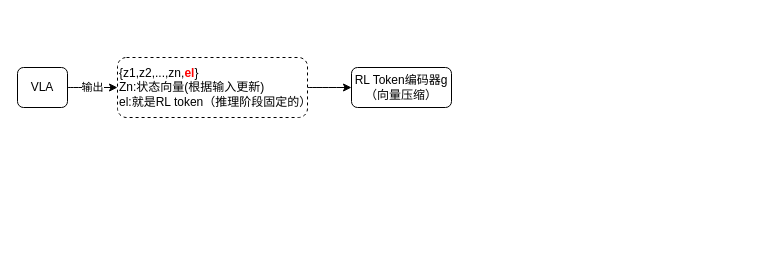
Earlier version of the draw.io diagram LLM/VLA/RL-Token.drawio (mailonghua/drawio). Source tidied: cells renumbered, new cells numbered last; positions are measured from the earlier drawing's top-left corner, leaving out a move shared by most shapes. Both pictures are drawn from the tidied source at 100%, with x=0, y=0 at pixel (17, 57).
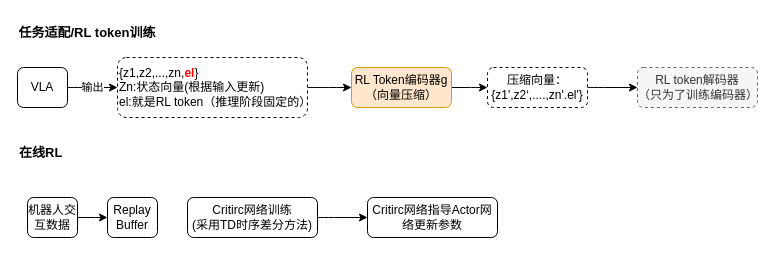
After the change.

The edit, as a diff of the source:
```diff
@@
 <mxGraphModel>
   <root>
     <mxCell id="0" />
     <mxCell id="1" parent="0" />
     <mxCell id="2" style="edgeStyle=orthogonalEdgeStyle;curved=1;rounded=0;jettySize=auto;html=1;" parent="1" edge="1" source="4" target="7">
       <mxGeometry relative="1" as="geometry" />
     </mxCell>
     <mxCell id="3" value="输出" style="edgeLabel;html=1;align=center;verticalAlign=middle;" parent="2" vertex="1">
       <mxGeometry x="-0.03" y="1" relative="1" as="geometry" />
     </mxCell>
     <mxCell id="4" value="VLA" style="rounded=1;whiteSpace=wrap;html=1;" parent="1" vertex="1">
       <mxGeometry y="10" width="50" height="40" as="geometry" />
     </mxCell>
+    <mxCell id="8" style="edgeStyle=orthogonalEdgeStyle;curved=1;rounded=0;jettySize=auto;html=1;" parent="1" edge="1" source="5" target="10">
+      <mxGeometry relative="1" as="geometry" />
+    </mxCell>
-    <mxCell id="5" value="RL Token编码器g&lt;br&gt;（向量压缩）" style="rounded=1;whiteSpace=wrap;html=1;" parent="1" vertex="1">
+    <mxCell id="5" value="RL Token编码器g&lt;br&gt;（向量压缩）" style="rounded=1;whiteSpace=wrap;html=1;fillColor=#ffe6cc;strokeColor=#d79b00;" parent="1" vertex="1">
       <mxGeometry x="334" y="10" width="100" height="40" as="geometry" />
     </mxCell>
     <mxCell id="6" style="edgeStyle=orthogonalEdgeStyle;curved=1;rounded=0;jettySize=auto;html=1;exitX=1;exitY=0.5;exitDx=0;exitDy=0;entryX=0;entryY=0.5;entryDx=0;entryDy=0;" parent="1" edge="1" source="7" target="5">
       <mxGeometry relative="1" as="geometry" />
     </mxCell>
     <mxCell id="7" value="{z1,z2,...,zn,&lt;b style=&quot;color: rgb(255, 0, 0);&quot;&gt;el&lt;/b&gt;}&lt;br&gt;Zn:状态向量(根据输入更新)&lt;br&gt;el:就是RL token（推理阶段固定的）" style="rounded=1;whiteSpace=wrap;html=1;dashed=1;align=left;" parent="1" vertex="1">
       <mxGeometry x="100" width="190" height="60" as="geometry" />
     </mxCell>
+    <mxCell id="9" style="edgeStyle=orthogonalEdgeStyle;curved=1;rounded=0;jettySize=auto;html=1;" parent="1" edge="1" source="10" target="11">
+      <mxGeometry relative="1" as="geometry" />
+    </mxCell>
+    <mxCell id="10" value="压缩向量：&lt;br&gt;{z1',z2‘,....,zn'.el'}" style="rounded=1;whiteSpace=wrap;html=1;dashed=1;" parent="1" vertex="1">
+      <mxGeometry x="470" y="10" width="100" height="40" as="geometry" />
+    </mxCell>
+    <mxCell id="11" value="RL token解码器&lt;br&gt;（只为了训练编码器）" style="rounded=1;whiteSpace=wrap;html=1;dashed=1;fillColor=#f5f5f5;fontColor=#333333;strokeColor=#666666;" parent="1" vertex="1">
+      <mxGeometry x="620" y="10" width="120" height="40" as="geometry" />
+    </mxCell>
+    <mxCell id="12" value="任务适配/RL token训练" style="text;html=1;whiteSpace=wrap;strokeColor=none;fillColor=none;align=center;verticalAlign=middle;rounded=0;fontStyle=1;fontSize=13;" parent="1" vertex="1">
+      <mxGeometry y="-40" width="140" height="30" as="geometry" />
+    </mxCell>
+    <mxCell id="13" value="在线RL" style="text;html=1;whiteSpace=wrap;strokeColor=none;fillColor=none;align=left;verticalAlign=middle;rounded=0;fontStyle=1;fontSize=13;" parent="1" vertex="1">
+      <mxGeometry y="80" width="140" height="30" as="geometry" />
+    </mxCell>
+    <mxCell id="14" style="edgeStyle=orthogonalEdgeStyle;curved=1;rounded=0;jettySize=auto;html=1;" parent="1" edge="1" source="15" target="19">
+      <mxGeometry relative="1" as="geometry" />
+    </mxCell>
+    <mxCell id="15" value="Critirc网络训练&lt;br&gt;(采用TD时序差分方法)" style="rounded=1;whiteSpace=wrap;html=1;" parent="1" vertex="1">
+      <mxGeometry x="170" y="140" width="130" height="40" as="geometry" />
+    </mxCell>
+    <mxCell id="16" style="edgeStyle=orthogonalEdgeStyle;curved=1;rounded=0;jettySize=auto;html=1;" parent="1" edge="1" source="17" target="18">
+      <mxGeometry relative="1" as="geometry" />
+    </mxCell>
+    <mxCell id="17" value="机器人交互数据" style="rounded=1;whiteSpace=wrap;html=1;" parent="1" vertex="1">
+      <mxGeometry x="10" y="140" width="50" height="40" as="geometry" />
+    </mxCell>
+    <mxCell id="18" value="Replay Buffer" style="rounded=1;whiteSpace=wrap;html=1;" parent="1" vertex="1">
+      <mxGeometry x="90" y="140" width="50" height="40" as="geometry" />
+    </mxCell>
+    <mxCell id="19" value="Critirc网络指导Actor网络更新参数" style="rounded=1;whiteSpace=wrap;html=1;" parent="1" vertex="1">
+      <mxGeometry x="350" y="140" width="130" height="40" as="geometry" />
+    </mxCell>
   </root>
 </mxGraphModel>
```
